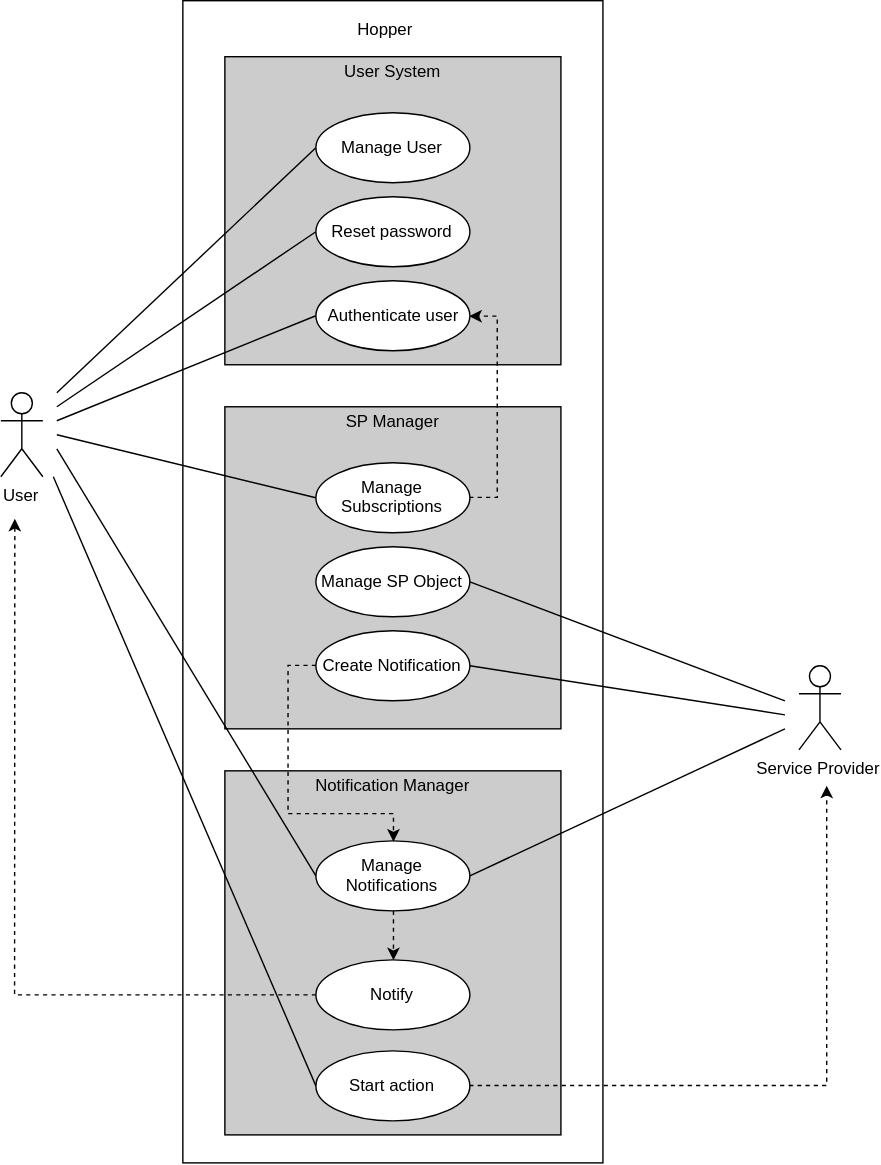
hopperteam/hopper-server keeps this draw.io diagram as doc/ucd.svg. Above is the earlier version. Source tidied: cells renumbered, new cells last; positions are measured from the earlier drawing's top-left corner, leaving out a move shared by most shapes.
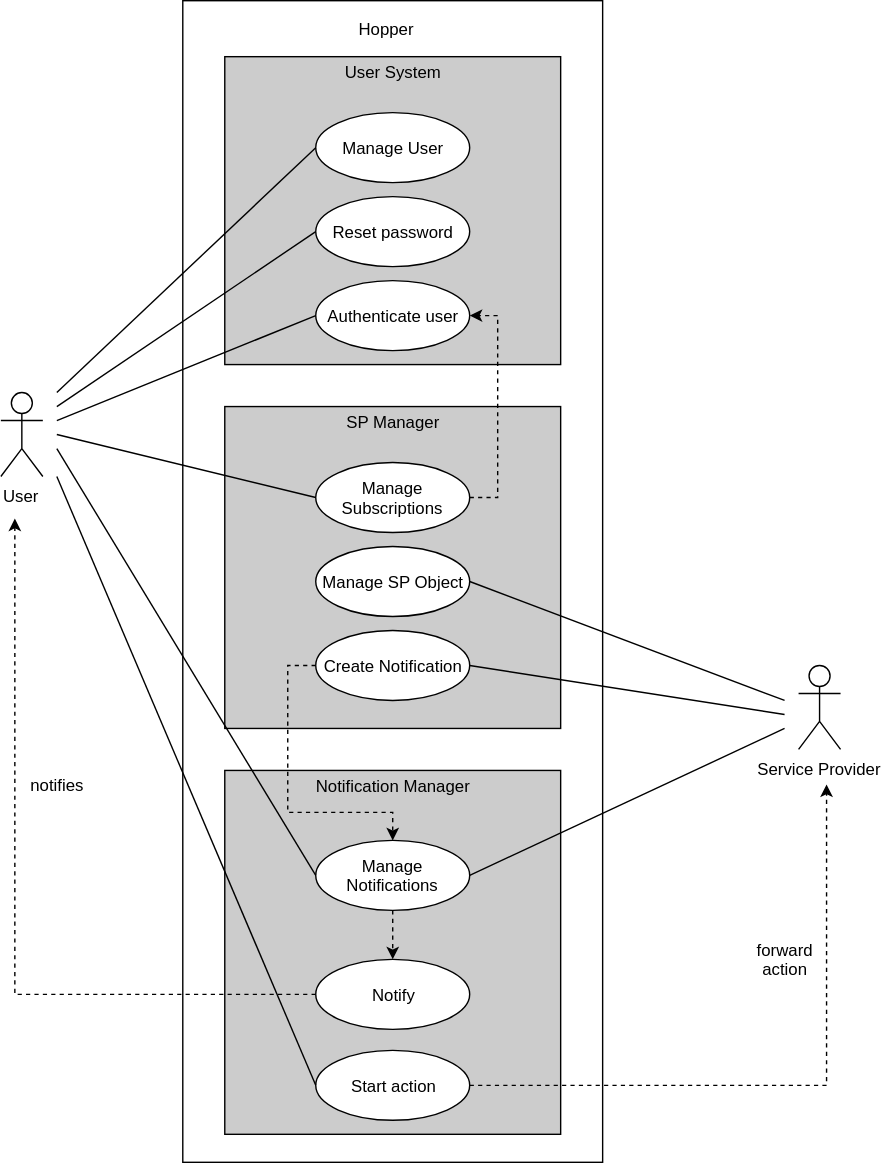
The same file after the commit.

Change to the diagram source:
```diff
@@ -2,9 +2,9 @@
   <root>
     <mxCell id="0" />
     <mxCell id="1" parent="0" />
-    <mxCell id="2" style="rounded=0;whiteSpace=wrap;html=1;fillColor=#ffffff;" parent="1" vertex="1">
-      <mxGeometry x="130" width="300" height="830" as="geometry" />
-    </mxCell>
+    <mxCell id="32" style="rounded=0;whiteSpace=wrap;html=1;fillColor=#ffffff;" parent="1" vertex="1">
+      <mxGeometry x="130" width="300" height="830" as="geometry" />
+    </mxCell>
     <mxCell id="3" value="&lt;p style=&quot;margin: 0px ; margin-top: 4px ; text-align: center&quot;&gt;User System&lt;/p&gt;" style="verticalAlign=top;align=left;overflow=fill;fontSize=12;fontFamily=Helvetica;html=1;fillColor=#CCCCCC;" parent="1" vertex="1">
       <mxGeometry x="160" y="40" width="240" height="220" as="geometry" />
     </mxCell>
@@ -14,19 +14,19 @@
     <mxCell id="5" value="Manage User" style="ellipse;whiteSpace=wrap;html=1;" parent="1" vertex="1">
       <mxGeometry x="225" y="80" width="110" height="50" as="geometry" />
     </mxCell>
-    <mxCell id="6" style="endArrow=none;html=1;entryX=0;entryY=0.5;entryDx=0;entryDy=0;" parent="1" edge="1" target="5">
-      <mxGeometry relative="1" as="geometry">
-        <mxPoint x="40" y="280" as="sourcePoint" />
-      </mxGeometry>
-    </mxCell>
+    <mxCell id="33" style="endArrow=none;html=1;entryX=0;entryY=0.5;entryDx=0;entryDy=0;" parent="1" edge="1" target="5">
+      <mxGeometry relative="1" as="geometry">
+        <mxPoint x="40" y="280" as="sourcePoint" />
+      </mxGeometry>
+    </mxCell>
     <mxCell id="7" value="Reset password" style="ellipse;whiteSpace=wrap;html=1;" parent="1" vertex="1">
       <mxGeometry x="225" y="140" width="110" height="50" as="geometry" />
     </mxCell>
-    <mxCell id="8" style="endArrow=none;html=1;entryX=0;entryY=0.5;entryDx=0;entryDy=0;" parent="1" edge="1" target="7">
-      <mxGeometry relative="1" as="geometry">
-        <mxPoint x="40" y="290" as="sourcePoint" />
-      </mxGeometry>
-    </mxCell>
+    <mxCell id="34" style="endArrow=none;html=1;entryX=0;entryY=0.5;entryDx=0;entryDy=0;" parent="1" edge="1" target="7">
+      <mxGeometry relative="1" as="geometry">
+        <mxPoint x="40" y="290" as="sourcePoint" />
+      </mxGeometry>
+    </mxCell>
     <mxCell id="9" value="&lt;p style=&quot;margin: 0px ; margin-top: 4px ; text-align: center&quot;&gt;SP Manager&lt;/p&gt;" style="verticalAlign=top;align=left;overflow=fill;fontSize=12;fontFamily=Helvetica;html=1;gradientColor=none;fillColor=#CCCCCC;" parent="1" vertex="1">
       <mxGeometry x="160" y="290" width="240" height="230" as="geometry" />
     </mxCell>
@@ -45,21 +45,21 @@
     <mxCell id="14" value="Service Provider" style="shape=umlActor;verticalLabelPosition=bottom;labelBackgroundColor=#ffffff;verticalAlign=top;html=1;" parent="1" vertex="1">
       <mxGeometry x="570" y="475" width="30" height="60" as="geometry" />
     </mxCell>
-    <mxCell id="15" style="endArrow=none;html=1;entryX=1;entryY=0.5;entryDx=0;entryDy=0;" parent="1" edge="1" target="10">
-      <mxGeometry relative="1" as="geometry">
-        <mxPoint x="560" y="500" as="sourcePoint" />
-      </mxGeometry>
-    </mxCell>
-    <mxCell id="16" style="endArrow=none;html=1;entryX=0;entryY=0.5;entryDx=0;entryDy=0;" parent="1" edge="1" target="12">
-      <mxGeometry relative="1" as="geometry">
-        <mxPoint x="40" y="310" as="sourcePoint" />
-      </mxGeometry>
-    </mxCell>
-    <mxCell id="17" style="endArrow=none;html=1;entryX=0;entryY=0.5;entryDx=0;entryDy=0;" parent="1" edge="1" target="13">
-      <mxGeometry relative="1" as="geometry">
-        <mxPoint x="40" y="300" as="sourcePoint" />
-      </mxGeometry>
-    </mxCell>
+    <mxCell id="35" style="endArrow=none;html=1;entryX=1;entryY=0.5;entryDx=0;entryDy=0;" parent="1" edge="1" target="10">
+      <mxGeometry relative="1" as="geometry">
+        <mxPoint x="560" y="500" as="sourcePoint" />
+      </mxGeometry>
+    </mxCell>
+    <mxCell id="36" style="endArrow=none;html=1;entryX=0;entryY=0.5;entryDx=0;entryDy=0;" parent="1" edge="1" target="12">
+      <mxGeometry relative="1" as="geometry">
+        <mxPoint x="40" y="310" as="sourcePoint" />
+      </mxGeometry>
+    </mxCell>
+    <mxCell id="37" style="endArrow=none;html=1;entryX=0;entryY=0.5;entryDx=0;entryDy=0;" parent="1" edge="1" target="13">
+      <mxGeometry relative="1" as="geometry">
+        <mxPoint x="40" y="300" as="sourcePoint" />
+      </mxGeometry>
+    </mxCell>
     <mxCell id="18" value="&lt;p style=&quot;margin: 0px ; margin-top: 4px ; text-align: center&quot;&gt;Notification Manager&lt;/p&gt;" style="verticalAlign=top;align=left;overflow=fill;fontSize=12;fontFamily=Helvetica;html=1;fillColor=#CCCCCC;" parent="1" vertex="1">
       <mxGeometry x="160" y="550" width="240" height="260" as="geometry" />
     </mxCell>
@@ -69,11 +69,11 @@
     <mxCell id="20" value="Manage Notifications" style="ellipse;whiteSpace=wrap;html=1;" parent="1" vertex="1">
       <mxGeometry x="225" y="600" width="110" height="50" as="geometry" />
     </mxCell>
-    <mxCell id="21" style="endArrow=none;html=1;entryX=1;entryY=0.5;entryDx=0;entryDy=0;" parent="1" edge="1" target="20">
-      <mxGeometry relative="1" as="geometry">
-        <mxPoint x="560" y="520" as="sourcePoint" />
-      </mxGeometry>
-    </mxCell>
+    <mxCell id="38" style="endArrow=none;html=1;entryX=1;entryY=0.5;entryDx=0;entryDy=0;" parent="1" edge="1" target="20">
+      <mxGeometry relative="1" as="geometry">
+        <mxPoint x="560" y="520" as="sourcePoint" />
+      </mxGeometry>
+    </mxCell>
     <mxCell id="22" style="edgeStyle=orthogonalEdgeStyle;rounded=0;jettySize=auto;html=1;exitX=0;exitY=0.5;exitDx=0;exitDy=0;dashed=1;entryX=0.5;entryY=0;entryDx=0;entryDy=0;" parent="1" edge="1" source="23" target="20">
       <mxGeometry relative="1" as="geometry">
         <Array as="points">
@@ -86,43 +86,49 @@
     <mxCell id="23" value="Create Notification" style="ellipse;whiteSpace=wrap;html=1;" parent="1" vertex="1">
       <mxGeometry x="225" y="450" width="110" height="50" as="geometry" />
     </mxCell>
-    <mxCell id="24" style="endArrow=none;html=1;entryX=1;entryY=0.5;entryDx=0;entryDy=0;" parent="1" edge="1" target="23">
-      <mxGeometry relative="1" as="geometry">
-        <mxPoint x="560" y="510" as="sourcePoint" />
-      </mxGeometry>
-    </mxCell>
-    <mxCell id="25" style="endArrow=none;html=1;entryX=0;entryY=0.5;entryDx=0;entryDy=0;" parent="1" edge="1" target="20">
-      <mxGeometry relative="1" as="geometry">
-        <mxPoint x="40" y="320" as="sourcePoint" />
-      </mxGeometry>
-    </mxCell>
-    <mxCell id="26" style="edgeStyle=orthogonalEdgeStyle;rounded=0;jettySize=auto;html=1;exitX=0;exitY=0.5;exitDx=0;exitDy=0;dashed=1;" parent="1" edge="1" source="27">
-      <mxGeometry relative="1" as="geometry">
-        <mxPoint x="10" y="370" as="targetPoint" />
-      </mxGeometry>
-    </mxCell>
+    <mxCell id="39" style="endArrow=none;html=1;entryX=1;entryY=0.5;entryDx=0;entryDy=0;" parent="1" edge="1" target="23">
+      <mxGeometry relative="1" as="geometry">
+        <mxPoint x="560" y="510" as="sourcePoint" />
+      </mxGeometry>
+    </mxCell>
+    <mxCell id="40" style="endArrow=none;html=1;entryX=0;entryY=0.5;entryDx=0;entryDy=0;" parent="1" edge="1" target="20">
+      <mxGeometry relative="1" as="geometry">
+        <mxPoint x="40" y="320" as="sourcePoint" />
+      </mxGeometry>
+    </mxCell>
+    <mxCell id="41" style="edgeStyle=orthogonalEdgeStyle;rounded=0;jettySize=auto;html=1;exitX=0;exitY=0.5;exitDx=0;exitDy=0;dashed=1;" parent="1" edge="1" source="27">
+      <mxGeometry relative="1" as="geometry">
+        <mxPoint x="10" y="370" as="targetPoint" />
+      </mxGeometry>
+    </mxCell>
     <mxCell id="27" value="Notify" style="ellipse;whiteSpace=wrap;html=1;" parent="1" vertex="1">
       <mxGeometry x="225" y="685" width="110" height="50" as="geometry" />
     </mxCell>
-    <mxCell id="28" style="edgeStyle=orthogonalEdgeStyle;rounded=0;jettySize=auto;html=1;exitX=1;exitY=0.5;exitDx=0;exitDy=0;dashed=1;" parent="1" edge="1" source="29">
-      <mxGeometry relative="1" as="geometry">
-        <mxPoint x="590" y="560" as="targetPoint" />
-        <Array as="points">
-          <mxPoint x="590" y="775" />
-          <mxPoint x="590" y="570" />
-        </Array>
-      </mxGeometry>
-    </mxCell>
+    <mxCell id="42" style="edgeStyle=orthogonalEdgeStyle;rounded=0;jettySize=auto;html=1;exitX=1;exitY=0.5;exitDx=0;exitDy=0;dashed=1;" parent="1" edge="1" source="29">
+      <mxGeometry relative="1" as="geometry">
+        <mxPoint x="590" y="560" as="targetPoint" />
+        <Array as="points">
+          <mxPoint x="590" y="775" />
+          <mxPoint x="590" y="570" />
+        </Array>
+      </mxGeometry>
+    </mxCell>
     <mxCell id="29" value="Start action" style="ellipse;whiteSpace=wrap;html=1;" parent="1" vertex="1">
       <mxGeometry x="225" y="750" width="110" height="50" as="geometry" />
     </mxCell>
-    <mxCell id="30" style="endArrow=none;html=1;entryX=0;entryY=0.5;entryDx=0;entryDy=0;" parent="1" edge="1" target="29">
-      <mxGeometry relative="1" as="geometry">
-        <mxPoint x="37.5" y="340" as="sourcePoint" />
-      </mxGeometry>
-    </mxCell>
+    <mxCell id="43" style="endArrow=none;html=1;entryX=0;entryY=0.5;entryDx=0;entryDy=0;" parent="1" edge="1" target="29">
+      <mxGeometry relative="1" as="geometry">
+        <mxPoint x="40" y="340" as="sourcePoint" />
+      </mxGeometry>
+    </mxCell>
     <mxCell id="31" value="Hopper" style="text;html=1;align=center;verticalAlign=middle;fillColor=none;strokeColor=none;rounded=0;" parent="1" vertex="1">
       <mxGeometry x="250" y="10" width="50" height="20" as="geometry" />
     </mxCell>
+    <mxCell id="44" value="notifies" style="text;html=1;strokeColor=none;fillColor=none;align=center;verticalAlign=middle;whiteSpace=wrap;rounded=0;" parent="1" vertex="1">
+      <mxGeometry x="20" y="550" width="40" height="20" as="geometry" />
+    </mxCell>
+    <mxCell id="45" value="forward action" style="text;html=1;strokeColor=none;fillColor=none;align=center;verticalAlign=middle;whiteSpace=wrap;rounded=0;" parent="1" vertex="1">
+      <mxGeometry x="540" y="675" width="40" height="20" as="geometry" />
+    </mxCell>
   </root>
 </mxGraphModel>
```
